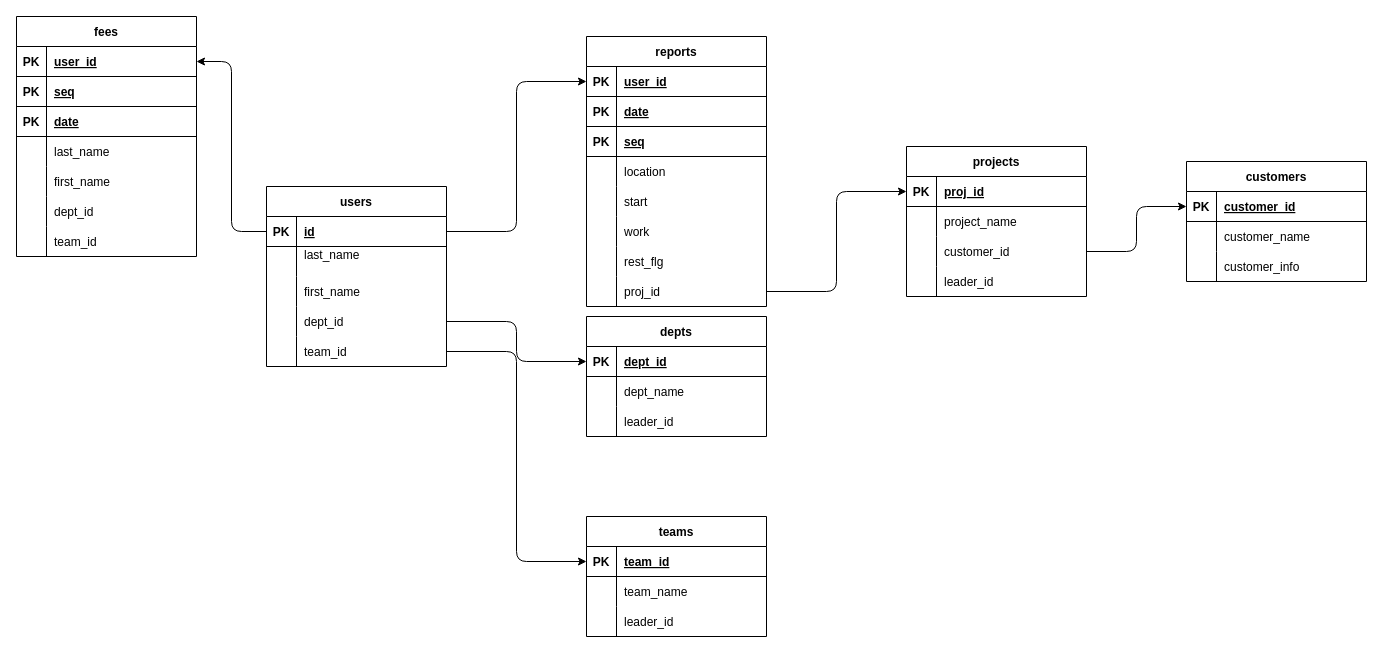
snrnapa/feemanage-go-back keeps this draw.io diagram as ER.dio. Above is the earlier version. Source tidied: cells renumbered, new cells numbered last; positions are measured from the earlier drawing's top-left corner, leaving out a move shared by most shapes. Both pictures are drawn from the tidied source at 100%, with x=0, y=0 at pixel (16, 16).
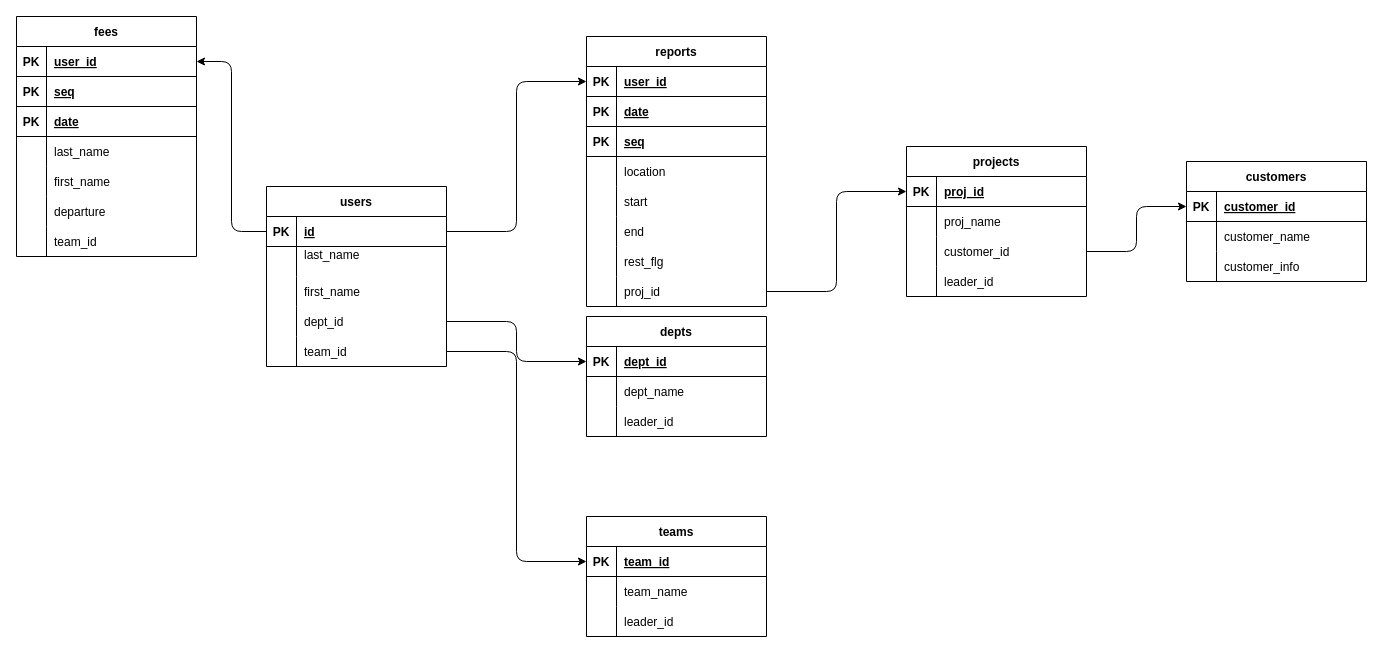
Above is the later version.

Unchanged cells that the change refers to:
```xml
<mxCell id="54" style="shape=tableRow;horizontal=0;startSize=0;swimlaneHead=0;swimlaneBody=0;fillColor=none;top=0;left=0;right=0;bottom=0;" parent="38" vertex="1">
  <mxGeometry y="180" width="180" height="30" as="geometry" />
</mxCell>
<mxCell id="79" style="shape=tableRow;horizontal=0;startSize=0;swimlaneHead=0;swimlaneBody=0;fillColor=none;top=0;left=0;right=0;bottom=0;" parent="63" vertex="1">
  <mxGeometry y="180" width="180" height="30" as="geometry" />
</mxCell>
<mxCell id="92" style="shape=tableRow;horizontal=0;startSize=0;swimlaneHead=0;swimlaneBody=0;fillColor=none;top=0;left=0;right=0;bottom=0;" parent="88" vertex="1">
  <mxGeometry y="60" width="180" height="30" as="geometry" />
</mxCell>
```

Diff of the diagram source:
```diff
@@
-    <mxCell id="56" value="dept_id" style="shape=partialRectangle;fillColor=none;top=0;left=0;bottom=0;right=0;align=left;spacingLeft=6;overflow=hidden;" parent="54" vertex="1">
+    <mxCell id="56" value="departure" style="shape=partialRectangle;fillColor=none;top=0;left=0;bottom=0;right=0;align=left;spacingLeft=6;overflow=hidden;" parent="54" vertex="1">
       <mxGeometry x="30" width="150" height="30" as="geometry" />
     </mxCell>
@@
-    <mxCell id="81" value="work" style="shape=partialRectangle;fillColor=none;top=0;left=0;bottom=0;right=0;align=left;spacingLeft=6;overflow=hidden;" parent="79" vertex="1">
+    <mxCell id="81" value="end" style="shape=partialRectangle;fillColor=none;top=0;left=0;bottom=0;right=0;align=left;spacingLeft=6;overflow=hidden;" parent="79" vertex="1">
       <mxGeometry x="30" width="150" height="30" as="geometry" />
     </mxCell>
@@
-    <mxCell id="94" value="project_name" style="shape=partialRectangle;fillColor=none;top=0;left=0;bottom=0;right=0;align=left;spacingLeft=6;overflow=hidden;verticalAlign=middle;" parent="92" vertex="1">
+    <mxCell id="94" value="proj_name" style="shape=partialRectangle;fillColor=none;top=0;left=0;bottom=0;right=0;align=left;spacingLeft=6;overflow=hidden;verticalAlign=middle;" parent="92" vertex="1">
       <mxGeometry x="30" width="150" height="30" as="geometry" />
     </mxCell>
```
